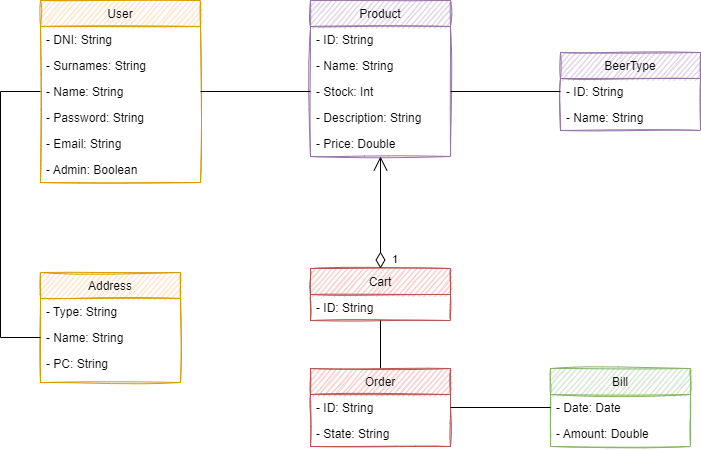
This is _documentacion/DiagramaClases.png from JosueGarciaAsensi/DSS, a draw.io export, as it was before one commit. Source tidied: cells renumbered, new cells last; positions are measured from the earlier drawing's top-left corner, leaving out a move shared by most shapes.
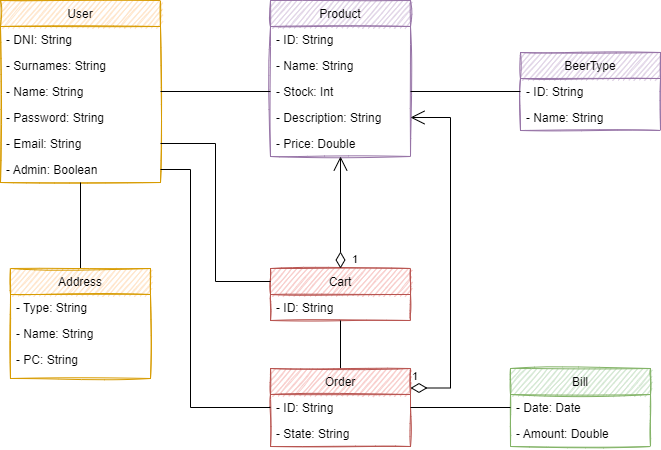
The same diagram one commit later.

Diff of the diagram source:
```diff
@@ -23,8 +23,11 @@
     <mxCell id="8" value="- Admin: Boolean" style="text;align=left;verticalAlign=top;spacingLeft=4;spacingRight=4;overflow=hidden;points=[[0,0.5],[1,0.5]];portConstraint=eastwest;rounded=0;shadow=0;html=0;" parent="2" vertex="1">
       <mxGeometry y="156" width="160" height="26" as="geometry" />
     </mxCell>
+    <mxCell id="36" style="edgeStyle=orthogonalEdgeStyle;rounded=0;jettySize=auto;html=1;exitX=0.5;exitY=0;exitDx=0;exitDy=0;endArrow=none;endFill=0;" parent="1" edge="1" source="9" target="2">
+      <mxGeometry relative="1" as="geometry" />
+    </mxCell>
     <mxCell id="9" value="Address" style="swimlane;fontStyle=0;horizontal=1;startSize=26;fillColor=#ffe6cc;strokeColor=#d79b00;sketch=1;" parent="1" vertex="1">
-      <mxGeometry x="40" y="272" width="140" height="110" as="geometry" />
+      <mxGeometry x="50" y="268" width="140" height="110" as="geometry" />
     </mxCell>
     <mxCell id="10" value="- Type: String" style="text;strokeColor=none;fillColor=none;align=left;verticalAlign=top;spacingLeft=4;spacingRight=4;overflow=hidden;" parent="9" vertex="1">
       <mxGeometry y="26" width="140" height="26" as="geometry" />
@@ -92,14 +95,6 @@
     <mxCell id="31" style="edgeStyle=orthogonalEdgeStyle;rounded=0;jettySize=auto;html=1;exitX=1;exitY=0.5;exitDx=0;exitDy=0;entryX=0;entryY=0.5;entryDx=0;entryDy=0;endArrow=none;endFill=0;" parent="1" edge="1" source="5" target="16">
       <mxGeometry relative="1" as="geometry" />
     </mxCell>
-    <mxCell id="32" style="edgeStyle=orthogonalEdgeStyle;rounded=0;jettySize=auto;html=1;exitX=0;exitY=0.5;exitDx=0;exitDy=0;entryX=0;entryY=0.5;entryDx=0;entryDy=0;endArrow=none;endFill=0;" parent="1" edge="1" source="5" target="11">
-      <mxGeometry relative="1" as="geometry">
-        <Array as="points">
-          <mxPoint y="91" />
-          <mxPoint y="337" />
-        </Array>
-      </mxGeometry>
-    </mxCell>
     <mxCell id="33" style="edgeStyle=orthogonalEdgeStyle;rounded=0;jettySize=auto;html=1;exitX=1;exitY=0.5;exitDx=0;exitDy=0;endArrow=none;endFill=0;entryX=0;entryY=0.5;entryDx=0;entryDy=0;" parent="1" edge="1" source="16" target="20">
       <mxGeometry relative="1" as="geometry" />
     </mxCell>
@@ -109,5 +104,24 @@
     <mxCell id="35" style="edgeStyle=orthogonalEdgeStyle;rounded=0;jettySize=auto;html=1;exitX=1;exitY=0.5;exitDx=0;exitDy=0;entryX=0;entryY=0.5;entryDx=0;entryDy=0;endArrow=none;endFill=0;" parent="1" edge="1" source="26" target="29">
       <mxGeometry relative="1" as="geometry" />
     </mxCell>
+    <mxCell id="37" style="edgeStyle=orthogonalEdgeStyle;rounded=0;jettySize=auto;html=1;exitX=1;exitY=0.5;exitDx=0;exitDy=0;entryX=0;entryY=0.25;entryDx=0;entryDy=0;endArrow=none;endFill=0;" parent="1" edge="1" source="7" target="22">
+      <mxGeometry relative="1" as="geometry" />
+    </mxCell>
+    <mxCell id="38" style="edgeStyle=orthogonalEdgeStyle;rounded=0;jettySize=auto;html=1;exitX=1;exitY=0.5;exitDx=0;exitDy=0;entryX=0;entryY=0.5;entryDx=0;entryDy=0;endArrow=none;endFill=0;" parent="1" edge="1" source="8" target="26">
+      <mxGeometry relative="1" as="geometry">
+        <Array as="points">
+          <mxPoint x="230" y="169" />
+          <mxPoint x="230" y="407" />
+        </Array>
+      </mxGeometry>
+    </mxCell>
+    <mxCell id="39" value="1" style="endArrow=open;html=1;endSize=12;startArrow=diamondThin;startSize=14;startFill=0;edgeStyle=orthogonalEdgeStyle;align=left;verticalAlign=bottom;rounded=0;exitX=1;exitY=0.25;exitDx=0;exitDy=0;entryX=1;entryY=0.5;entryDx=0;entryDy=0;" parent="1" edge="1" source="25" target="17">
+      <mxGeometry x="-1" y="3" relative="1" as="geometry">
+        <Array as="points">
+          <mxPoint x="490" y="388" />
+          <mxPoint x="490" y="117" />
+        </Array>
+      </mxGeometry>
+    </mxCell>
   </root>
 </mxGraphModel>
```
